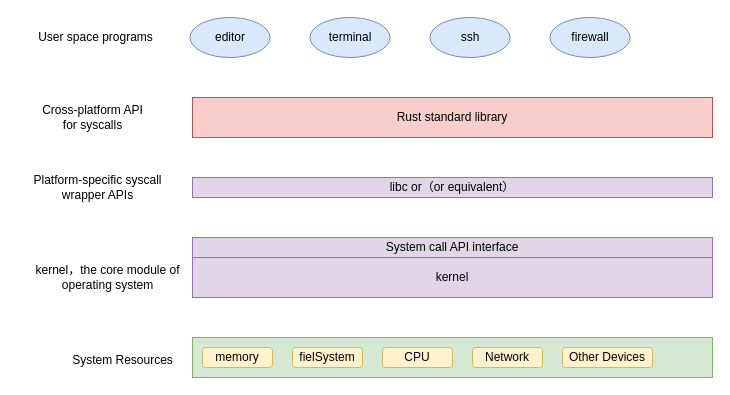
The draw.io diagram rust/std.drawio in sivanbil/architecthure-diagram, before the edit. Source tidied: cells renumbered, new cells numbered last; positions are measured from the earlier drawing's top-left corner, leaving out a move shared by most shapes. Both pictures are drawn from the tidied source at 100%, with x=0, y=0 at pixel (22, 17).
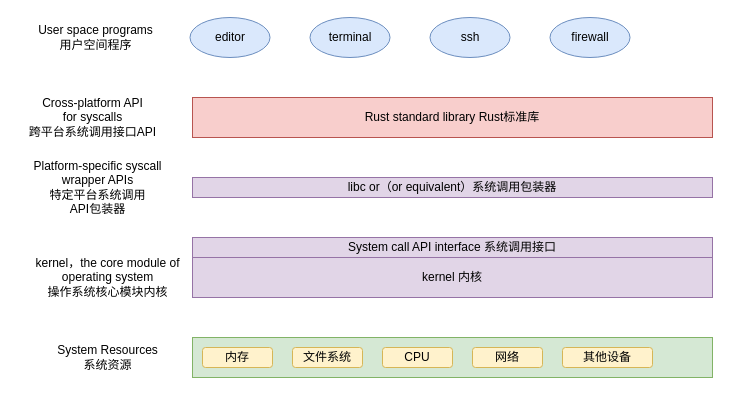
The same diagram, later.

Change to the diagram source:
```diff
@@
-    <mxCell id="3" value="memory" style="rounded=1;whiteSpace=wrap;html=1;fillColor=#fff2cc;strokeColor=#d6b656;" parent="1" vertex="1">
+    <mxCell id="3" value="内存" style="rounded=1;whiteSpace=wrap;html=1;fillColor=#fff2cc;strokeColor=#d6b656;" parent="1" vertex="1">
       <mxGeometry x="180" y="330" width="70" height="20" as="geometry" />
     </mxCell>
-    <mxCell id="4" value="fielSystem" style="rounded=1;whiteSpace=wrap;html=1;fillColor=#fff2cc;strokeColor=#d6b656;" parent="1" vertex="1">
+    <mxCell id="4" value="文件系统" style="rounded=1;whiteSpace=wrap;html=1;fillColor=#fff2cc;strokeColor=#d6b656;" parent="1" vertex="1">
       <mxGeometry x="270" y="330" width="70" height="20" as="geometry" />
     </mxCell>
@@
-    <mxCell id="6" value="Network" style="rounded=1;whiteSpace=wrap;html=1;fillColor=#fff2cc;strokeColor=#d6b656;" parent="1" vertex="1">
+    <mxCell id="6" value="网络" style="rounded=1;whiteSpace=wrap;html=1;fillColor=#fff2cc;strokeColor=#d6b656;" parent="1" vertex="1">
       <mxGeometry x="450" y="330" width="70" height="20" as="geometry" />
     </mxCell>
-    <mxCell id="7" value="Other Devices" style="rounded=1;whiteSpace=wrap;html=1;fillColor=#fff2cc;strokeColor=#d6b656;" parent="1" vertex="1">
+    <mxCell id="7" value="其他设备" style="rounded=1;whiteSpace=wrap;html=1;fillColor=#fff2cc;strokeColor=#d6b656;" parent="1" vertex="1">
       <mxGeometry x="540" y="330" width="90" height="20" as="geometry" />
     </mxCell>
-    <mxCell id="8" value="System Resources" style="text;html=1;align=center;verticalAlign=middle;strokeColor=none;fillColor=none;" parent="1" vertex="1">
-      <mxGeometry x="40" y="328" width="120" height="30" as="geometry" />
+    <mxCell id="8" value="System Resources&lt;br&gt;系统资源" style="text;html=1;align=center;verticalAlign=middle;strokeColor=none;fillColor=none;" parent="1" vertex="1">
+      <mxGeometry x="25" y="320" width="120" height="40" as="geometry" />
     </mxCell>
-    <mxCell id="9" value="kernel" style="rounded=0;whiteSpace=wrap;html=1;fillColor=#e1d5e7;strokeColor=#9673a6;" parent="1" vertex="1">
+    <mxCell id="9" value="kernel 内核" style="rounded=0;whiteSpace=wrap;html=1;fillColor=#e1d5e7;strokeColor=#9673a6;" parent="1" vertex="1">
       <mxGeometry x="170" y="240" width="520" height="40" as="geometry" />
     </mxCell>
-    <mxCell id="10" value="kernel，the core module of&lt;br&gt;operating system" style="text;html=1;align=center;verticalAlign=middle;strokeColor=none;fillColor=none;" parent="1" vertex="1">
-      <mxGeometry y="240" width="170" height="40" as="geometry" />
+    <mxCell id="10" value="kernel，the core module of&lt;br&gt;operating system&lt;br&gt;操作系统核心模块内核" style="text;html=1;align=center;verticalAlign=middle;strokeColor=none;fillColor=none;" parent="1" vertex="1">
+      <mxGeometry y="230" width="170" height="60" as="geometry" />
     </mxCell>
-    <mxCell id="11" value="System call API interface" style="rounded=0;whiteSpace=wrap;html=1;fillColor=#e1d5e7;strokeColor=#9673a6;" parent="1" vertex="1">
+    <mxCell id="11" value="System call API interface 系统调用接口" style="rounded=0;whiteSpace=wrap;html=1;fillColor=#e1d5e7;strokeColor=#9673a6;" parent="1" vertex="1">
       <mxGeometry x="170" y="220" width="520" height="20" as="geometry" />
     </mxCell>
-    <mxCell id="12" value="libc or（or equivalent）" style="rounded=0;whiteSpace=wrap;html=1;fillColor=#e1d5e7;strokeColor=#9673a6;" parent="1" vertex="1">
+    <mxCell id="12" value="libc or（or equivalent）系统调用包装器" style="rounded=0;whiteSpace=wrap;html=1;fillColor=#e1d5e7;strokeColor=#9673a6;" parent="1" vertex="1">
       <mxGeometry x="170" y="160" width="520" height="20" as="geometry" />
     </mxCell>
-    <mxCell id="13" value="Platform-specific syscall&lt;br&gt;wrapper APIs" style="text;html=1;align=center;verticalAlign=middle;strokeColor=none;fillColor=none;" parent="1" vertex="1">
-      <mxGeometry y="150" width="150" height="40" as="geometry" />
+    <mxCell id="13" value="Platform-specific syscall&lt;br&gt;wrapper APIs&lt;br&gt;特定平台系统调用&lt;br&gt;API包装器&lt;br&gt;" style="text;html=1;align=center;verticalAlign=middle;strokeColor=none;fillColor=none;" parent="1" vertex="1">
+      <mxGeometry y="135" width="150" height="70" as="geometry" />
     </mxCell>
-    <mxCell id="14" value="Rust standard library" style="rounded=0;whiteSpace=wrap;html=1;fillColor=#f8cecc;strokeColor=#b85450;" parent="1" vertex="1">
+    <mxCell id="14" value="Rust standard library Rust标准库" style="rounded=0;whiteSpace=wrap;html=1;fillColor=#f8cecc;strokeColor=#b85450;" parent="1" vertex="1">
       <mxGeometry x="170" y="80" width="520" height="40" as="geometry" />
     </mxCell>
-    <mxCell id="15" value="Cross-platform API&lt;br&gt;for syscalls" style="text;html=1;align=center;verticalAlign=middle;strokeColor=none;fillColor=none;" parent="1" vertex="1">
-      <mxGeometry x="10" y="80" width="120" height="40" as="geometry" />
+    <mxCell id="15" value="Cross-platform API&lt;br&gt;for syscalls&lt;br&gt;跨平台系统调用接口API" style="text;html=1;align=center;verticalAlign=middle;strokeColor=none;fillColor=none;" parent="1" vertex="1">
+      <mxGeometry x="-5" y="70" width="150" height="60" as="geometry" />
     </mxCell>
@@
-    <mxCell id="20" value="User space programs" style="text;html=1;align=center;verticalAlign=middle;strokeColor=none;fillColor=none;" parent="1" vertex="1">
-      <mxGeometry x="2.5" y="5" width="140" height="30" as="geometry" />
+    <mxCell id="20" value="User space programs&lt;br&gt;用户空间程序" style="text;html=1;align=center;verticalAlign=middle;strokeColor=none;fillColor=none;" parent="1" vertex="1">
+      <mxGeometry x="2.5" width="140" height="40" as="geometry" />
     </mxCell>
```
